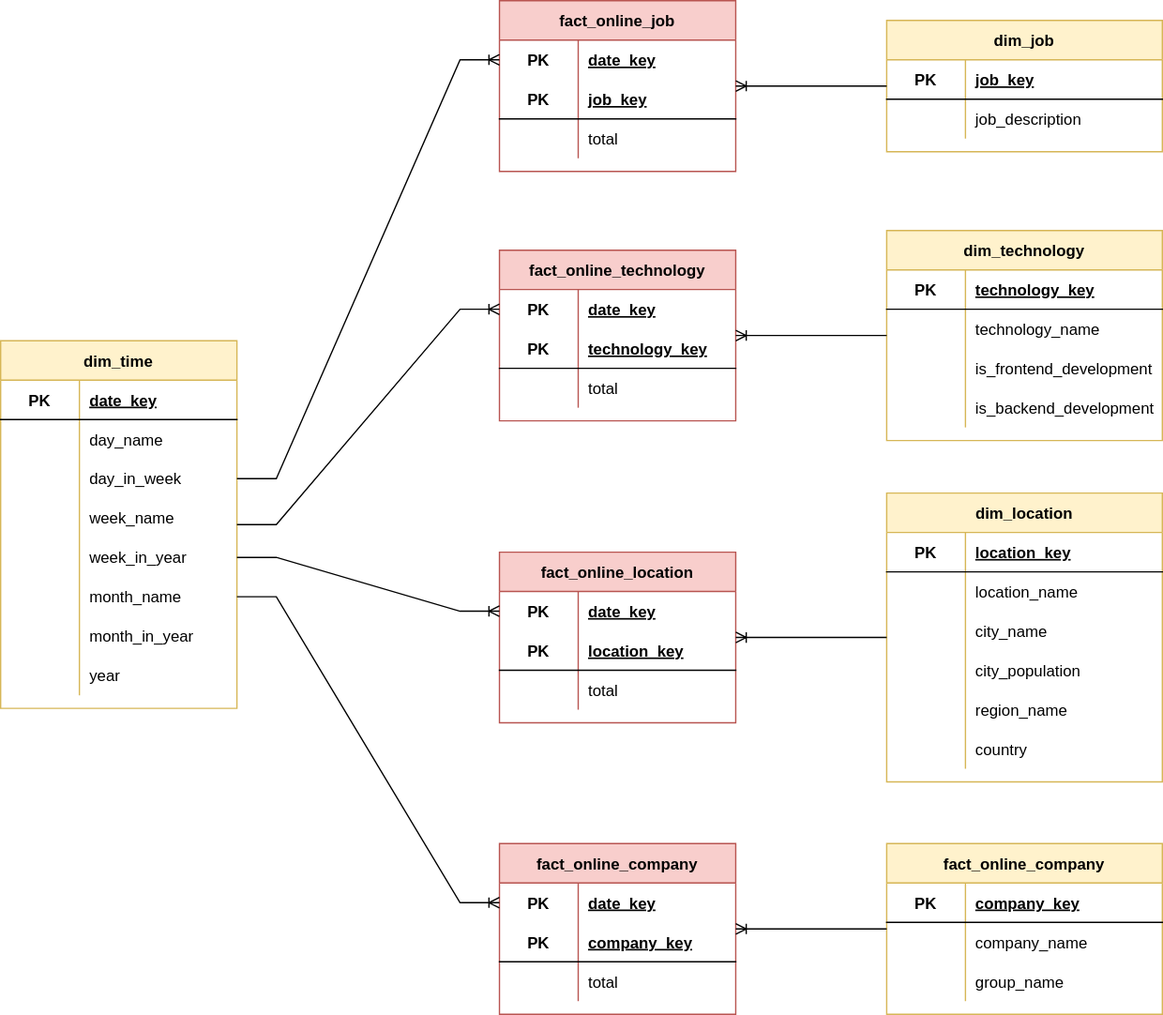
The draw.io diagram doc/mart-model.drawio.svg in petracarrion/job-market-analytics, before a commit. Source tidied: cells renumbered, new cells last; positions are measured from the earlier drawing's top-left corner, leaving out a move shared by most shapes.
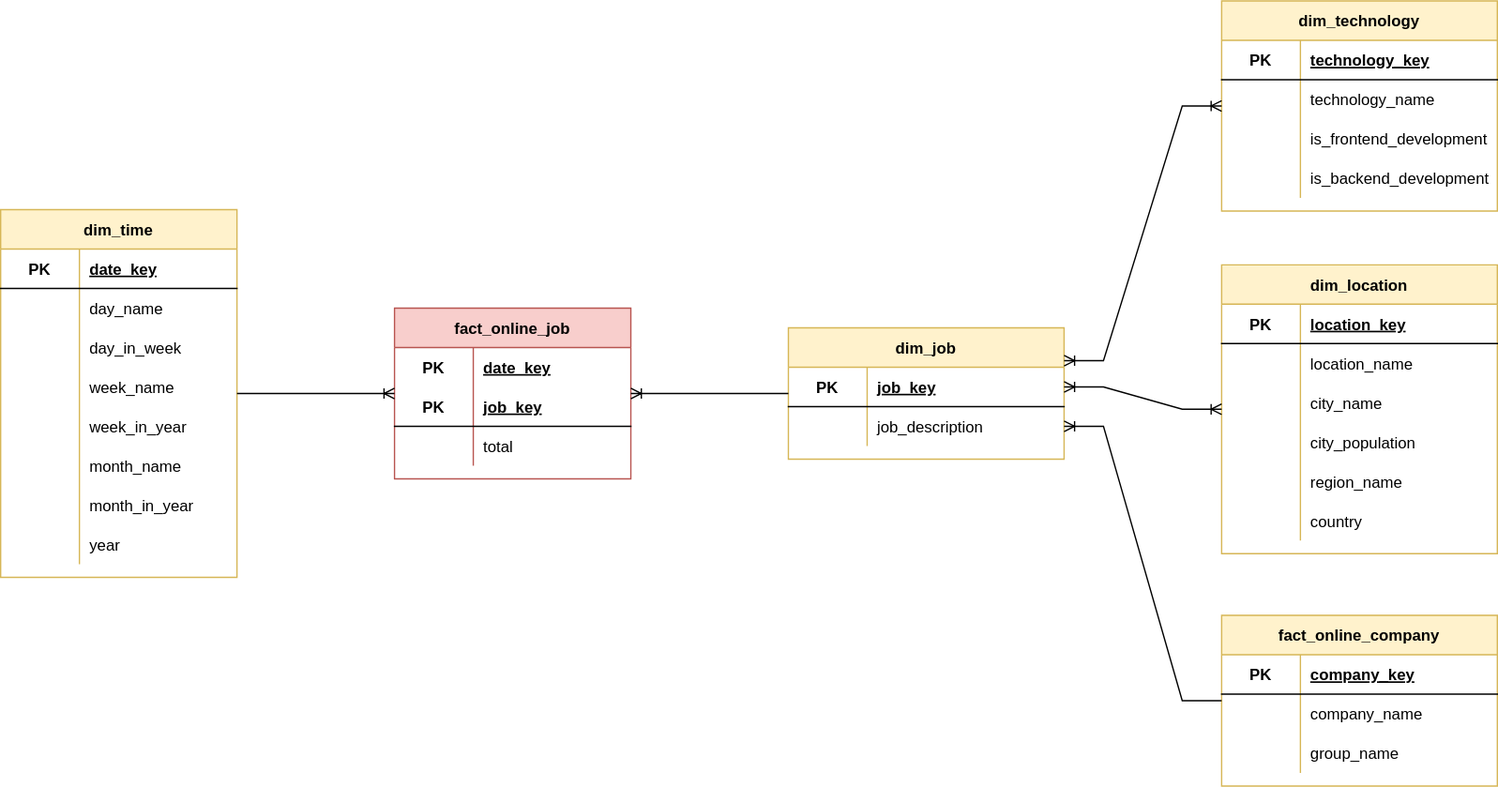
Above is the later version.

Change to the diagram source:
```diff
@@ -4,7 +4,7 @@
     <mxCell id="1" parent="0" />
     <mxCell id="2" value="mart-model" parent="0" />
     <mxCell id="3" value="dim_time" style="shape=table;startSize=30;rowLines=0;fontStyle=1;align=center;fillColor=#fff2cc;strokeColor=#d6b656;" parent="2" vertex="1">
-      <mxGeometry y="259" width="180" height="280" as="geometry" />
+      <mxGeometry x="-142" y="259" width="180" height="280" as="geometry" />
     </mxCell>
     <mxCell id="4" style="shape=tableRow;horizontal=0;startSize=0;swimlaneHead=0;swimlaneBody=0;fillColor=none;top=0;left=0;right=0;bottom=1;" parent="3" vertex="1">
       <mxGeometry y="30" width="180" height="30" as="geometry" />
@@ -79,7 +79,7 @@
       <mxGeometry x="60" width="120" height="30" as="geometry" />
     </mxCell>
     <mxCell id="28" value="fact_online_job" style="shape=table;startSize=30;rowLines=0;fontStyle=1;align=center;fillColor=#f8cecc;strokeColor=#b85450;" parent="2" vertex="1">
-      <mxGeometry x="380" width="180" height="130" as="geometry" />
+      <mxGeometry x="158" y="334" width="180" height="130" as="geometry" />
     </mxCell>
     <mxCell id="29" style="shape=tableRow;horizontal=0;startSize=0;swimlaneHead=0;swimlaneBody=0;fillColor=none;points=[[0,0.5],[1,0.5]];portConstraint=eastwest;top=0;left=0;right=0;bottom=1;strokeColor=none;" parent="28" vertex="1">
       <mxGeometry y="30" width="180" height="30" as="geometry" />
@@ -108,98 +108,8 @@
     <mxCell id="37" value="total" style="shape=partialRectangle;fillColor=none;top=0;left=0;bottom=0;right=0;align=left;spacingLeft=6;overflow=hidden;" parent="35" vertex="1">
       <mxGeometry x="60" width="120" height="30" as="geometry" />
     </mxCell>
-    <mxCell id="38" value="fact_online_location" style="shape=table;startSize=30;rowLines=0;fontStyle=1;align=center;fillColor=#f8cecc;strokeColor=#b85450;" parent="2" vertex="1">
-      <mxGeometry x="380" y="420" width="180" height="130" as="geometry" />
-    </mxCell>
-    <mxCell id="39" style="shape=tableRow;horizontal=0;startSize=0;swimlaneHead=0;swimlaneBody=0;fillColor=none;points=[[0,0.5],[1,0.5]];portConstraint=eastwest;top=0;left=0;right=0;bottom=1;strokeColor=none;" parent="38" vertex="1">
-      <mxGeometry y="30" width="180" height="30" as="geometry" />
-    </mxCell>
-    <mxCell id="40" value="PK" style="shape=partialRectangle;fillColor=none;top=0;left=0;bottom=0;right=0;fontStyle=1;overflow=hidden;" parent="39" vertex="1">
-      <mxGeometry width="60" height="30" as="geometry" />
-    </mxCell>
-    <mxCell id="41" value="date_key" style="shape=partialRectangle;fillColor=none;top=0;left=0;bottom=0;right=0;align=left;spacingLeft=6;fontStyle=5;overflow=hidden;" parent="39" vertex="1">
-      <mxGeometry x="60" width="120" height="30" as="geometry" />
-    </mxCell>
-    <mxCell id="42" style="shape=tableRow;horizontal=0;startSize=0;swimlaneHead=0;swimlaneBody=0;fillColor=none;top=0;left=0;right=0;bottom=1;" parent="38" vertex="1">
-      <mxGeometry y="60" width="180" height="30" as="geometry" />
-    </mxCell>
-    <mxCell id="43" value="PK" style="shape=partialRectangle;fillColor=none;top=0;left=0;bottom=0;right=0;fontStyle=1;overflow=hidden;" parent="42" vertex="1">
-      <mxGeometry width="60" height="30" as="geometry" />
-    </mxCell>
-    <mxCell id="44" value="location_key" style="shape=partialRectangle;fillColor=none;top=0;left=0;bottom=0;right=0;align=left;spacingLeft=6;fontStyle=5;overflow=hidden;" parent="42" vertex="1">
-      <mxGeometry x="60" width="120" height="30" as="geometry" />
-    </mxCell>
-    <mxCell id="45" style="shape=tableRow;horizontal=0;startSize=0;swimlaneHead=0;swimlaneBody=0;fillColor=none;top=0;left=0;right=0;bottom=0;" parent="38" vertex="1">
-      <mxGeometry y="90" width="180" height="30" as="geometry" />
-    </mxCell>
-    <mxCell id="46" style="shape=partialRectangle;fillColor=none;top=0;left=0;bottom=0;right=0;overflow=hidden;" parent="45" vertex="1">
-      <mxGeometry width="60" height="30" as="geometry" />
-    </mxCell>
-    <mxCell id="47" value="total" style="shape=partialRectangle;fillColor=none;top=0;left=0;bottom=0;right=0;align=left;spacingLeft=6;overflow=hidden;" parent="45" vertex="1">
-      <mxGeometry x="60" width="120" height="30" as="geometry" />
-    </mxCell>
-    <mxCell id="48" value="fact_online_technology" style="shape=table;startSize=30;rowLines=0;fontStyle=1;align=center;fillColor=#f8cecc;strokeColor=#b85450;" parent="2" vertex="1">
-      <mxGeometry x="380" y="190" width="180" height="130" as="geometry" />
-    </mxCell>
-    <mxCell id="49" style="shape=tableRow;horizontal=0;startSize=0;swimlaneHead=0;swimlaneBody=0;fillColor=none;points=[[0,0.5],[1,0.5]];portConstraint=eastwest;top=0;left=0;right=0;bottom=1;strokeColor=none;" parent="48" vertex="1">
-      <mxGeometry y="30" width="180" height="30" as="geometry" />
-    </mxCell>
-    <mxCell id="50" value="PK" style="shape=partialRectangle;fillColor=none;top=0;left=0;bottom=0;right=0;fontStyle=1;overflow=hidden;" parent="49" vertex="1">
-      <mxGeometry width="60" height="30" as="geometry" />
-    </mxCell>
-    <mxCell id="51" value="date_key" style="shape=partialRectangle;fillColor=none;top=0;left=0;bottom=0;right=0;align=left;spacingLeft=6;fontStyle=5;overflow=hidden;" parent="49" vertex="1">
-      <mxGeometry x="60" width="120" height="30" as="geometry" />
-    </mxCell>
-    <mxCell id="52" style="shape=tableRow;horizontal=0;startSize=0;swimlaneHead=0;swimlaneBody=0;fillColor=none;top=0;left=0;right=0;bottom=1;" parent="48" vertex="1">
-      <mxGeometry y="60" width="180" height="30" as="geometry" />
-    </mxCell>
-    <mxCell id="53" value="PK" style="shape=partialRectangle;fillColor=none;top=0;left=0;bottom=0;right=0;fontStyle=1;overflow=hidden;" parent="52" vertex="1">
-      <mxGeometry width="60" height="30" as="geometry" />
-    </mxCell>
-    <mxCell id="54" value="technology_key" style="shape=partialRectangle;fillColor=none;top=0;left=0;bottom=0;right=0;align=left;spacingLeft=6;fontStyle=5;overflow=hidden;" parent="52" vertex="1">
-      <mxGeometry x="60" width="120" height="30" as="geometry" />
-    </mxCell>
-    <mxCell id="55" style="shape=tableRow;horizontal=0;startSize=0;swimlaneHead=0;swimlaneBody=0;fillColor=none;top=0;left=0;right=0;bottom=0;" parent="48" vertex="1">
-      <mxGeometry y="90" width="180" height="30" as="geometry" />
-    </mxCell>
-    <mxCell id="56" style="shape=partialRectangle;fillColor=none;top=0;left=0;bottom=0;right=0;overflow=hidden;" parent="55" vertex="1">
-      <mxGeometry width="60" height="30" as="geometry" />
-    </mxCell>
-    <mxCell id="57" value="total" style="shape=partialRectangle;fillColor=none;top=0;left=0;bottom=0;right=0;align=left;spacingLeft=6;overflow=hidden;" parent="55" vertex="1">
-      <mxGeometry x="60" width="120" height="30" as="geometry" />
-    </mxCell>
-    <mxCell id="58" value="fact_online_company" style="shape=table;startSize=30;rowLines=0;fontStyle=1;align=center;fillColor=#f8cecc;strokeColor=#b85450;" parent="2" vertex="1">
-      <mxGeometry x="380" y="642" width="180" height="130" as="geometry" />
-    </mxCell>
-    <mxCell id="59" style="shape=tableRow;horizontal=0;startSize=0;swimlaneHead=0;swimlaneBody=0;fillColor=none;points=[[0,0.5],[1,0.5]];portConstraint=eastwest;top=0;left=0;right=0;bottom=1;strokeColor=none;" parent="58" vertex="1">
-      <mxGeometry y="30" width="180" height="30" as="geometry" />
-    </mxCell>
-    <mxCell id="60" value="PK" style="shape=partialRectangle;fillColor=none;top=0;left=0;bottom=0;right=0;fontStyle=1;overflow=hidden;" parent="59" vertex="1">
-      <mxGeometry width="60" height="30" as="geometry" />
-    </mxCell>
-    <mxCell id="61" value="date_key" style="shape=partialRectangle;fillColor=none;top=0;left=0;bottom=0;right=0;align=left;spacingLeft=6;fontStyle=5;overflow=hidden;" parent="59" vertex="1">
-      <mxGeometry x="60" width="120" height="30" as="geometry" />
-    </mxCell>
-    <mxCell id="62" style="shape=tableRow;horizontal=0;startSize=0;swimlaneHead=0;swimlaneBody=0;fillColor=none;top=0;left=0;right=0;bottom=1;" parent="58" vertex="1">
-      <mxGeometry y="60" width="180" height="30" as="geometry" />
-    </mxCell>
-    <mxCell id="63" value="PK" style="shape=partialRectangle;fillColor=none;top=0;left=0;bottom=0;right=0;fontStyle=1;overflow=hidden;" parent="62" vertex="1">
-      <mxGeometry width="60" height="30" as="geometry" />
-    </mxCell>
-    <mxCell id="64" value="company_key" style="shape=partialRectangle;fillColor=none;top=0;left=0;bottom=0;right=0;align=left;spacingLeft=6;fontStyle=5;overflow=hidden;" parent="62" vertex="1">
-      <mxGeometry x="60" width="120" height="30" as="geometry" />
-    </mxCell>
-    <mxCell id="65" style="shape=tableRow;horizontal=0;startSize=0;swimlaneHead=0;swimlaneBody=0;fillColor=none;top=0;left=0;right=0;bottom=0;" parent="58" vertex="1">
-      <mxGeometry y="90" width="180" height="30" as="geometry" />
-    </mxCell>
-    <mxCell id="66" style="shape=partialRectangle;fillColor=none;top=0;left=0;bottom=0;right=0;overflow=hidden;" parent="65" vertex="1">
-      <mxGeometry width="60" height="30" as="geometry" />
-    </mxCell>
-    <mxCell id="67" value="total" style="shape=partialRectangle;fillColor=none;top=0;left=0;bottom=0;right=0;align=left;spacingLeft=6;overflow=hidden;" parent="65" vertex="1">
-      <mxGeometry x="60" width="120" height="30" as="geometry" />
-    </mxCell>
     <mxCell id="68" value="dim_job" style="shape=table;startSize=30;rowLines=0;fontStyle=1;align=center;fillColor=#fff2cc;strokeColor=#d6b656;" parent="2" vertex="1">
-      <mxGeometry x="675" y="15" width="210" height="100" as="geometry" />
+      <mxGeometry x="458" y="349" width="210" height="100" as="geometry" />
     </mxCell>
     <mxCell id="69" style="shape=tableRow;horizontal=0;startSize=0;swimlaneHead=0;swimlaneBody=0;fillColor=none;points=[[0,0.5],[1,0.5]];portConstraint=eastwest;top=0;left=0;right=0;bottom=1;" parent="68" vertex="1">
       <mxGeometry y="30" width="210" height="30" as="geometry" />
@@ -220,7 +130,7 @@
       <mxGeometry x="60" width="150" height="30" as="geometry" />
     </mxCell>
     <mxCell id="75" value="dim_location" style="shape=table;startSize=30;rowLines=0;fontStyle=1;align=center;fillColor=#fff2cc;strokeColor=#d6b656;" parent="2" vertex="1">
-      <mxGeometry x="675" y="375" width="210" height="220" as="geometry" />
+      <mxGeometry x="788" y="301" width="210" height="220" as="geometry" />
     </mxCell>
     <mxCell id="76" style="shape=tableRow;horizontal=0;startSize=0;swimlaneHead=0;swimlaneBody=0;fillColor=none;top=0;left=0;right=0;bottom=1;" parent="75" vertex="1">
       <mxGeometry y="30" width="210" height="30" as="geometry" />
@@ -277,7 +187,7 @@
       <mxGeometry x="60" width="150" height="30" as="geometry" />
     </mxCell>
     <mxCell id="94" value="fact_online_company" style="shape=table;startSize=30;rowLines=0;fontStyle=1;align=center;fillColor=#fff2cc;strokeColor=#d6b656;" parent="2" vertex="1">
-      <mxGeometry x="675" y="642" width="210" height="130" as="geometry" />
+      <mxGeometry x="788" y="568" width="210" height="130" as="geometry" />
     </mxCell>
     <mxCell id="95" style="shape=tableRow;horizontal=0;startSize=0;swimlaneHead=0;swimlaneBody=0;fillColor=none;top=0;left=0;right=0;bottom=1;" parent="94" vertex="1">
       <mxGeometry y="30" width="210" height="30" as="geometry" />
@@ -307,7 +217,7 @@
       <mxGeometry x="60" width="150" height="30" as="geometry" />
     </mxCell>
     <mxCell id="104" value="dim_technology" style="shape=table;startSize=30;rowLines=0;fontStyle=1;align=center;fillColor=#fff2cc;strokeColor=#d6b656;" parent="2" vertex="1">
-      <mxGeometry x="675" y="175" width="210" height="160" as="geometry" />
+      <mxGeometry x="788" y="100" width="210" height="160" as="geometry" />
     </mxCell>
     <mxCell id="105" style="shape=tableRow;horizontal=0;startSize=0;swimlaneHead=0;swimlaneBody=0;fillColor=none;top=0;left=0;right=0;bottom=1;" parent="104" vertex="1">
       <mxGeometry y="30" width="210" height="30" as="geometry" />
@@ -345,29 +255,20 @@
     <mxCell id="116" value="is_backend_development" style="shape=partialRectangle;fillColor=none;top=0;left=0;bottom=0;right=0;align=left;spacingLeft=6;overflow=hidden;" parent="114" vertex="1">
       <mxGeometry x="60" width="150" height="30" as="geometry" />
     </mxCell>
-    <mxCell id="117" style="edgeStyle=entityRelationEdgeStyle;fontSize=12;html=1;endArrow=ERoneToMany;rounded=0;exitX=1;exitY=0.5;exitDx=0;exitDy=0;" parent="2" edge="1" source="10" target="29">
+    <mxCell id="117" style="edgeStyle=entityRelationEdgeStyle;fontSize=12;html=1;endArrow=ERoneToMany;rounded=0;" parent="2" edge="1" source="3" target="28">
       <mxGeometry relative="1" as="geometry" />
     </mxCell>
-    <mxCell id="118" style="edgeStyle=entityRelationEdgeStyle;fontSize=12;html=1;endArrow=ERoneToMany;rounded=0;" parent="2" edge="1" source="3" target="49">
-      <mxGeometry relative="1" as="geometry" />
-    </mxCell>
-    <mxCell id="119" style="edgeStyle=entityRelationEdgeStyle;fontSize=12;html=1;endArrow=ERoneToMany;rounded=0;exitX=1;exitY=0.5;exitDx=0;exitDy=0;" parent="2" edge="1" source="16" target="39">
-      <mxGeometry relative="1" as="geometry" />
-    </mxCell>
-    <mxCell id="120" style="edgeStyle=entityRelationEdgeStyle;fontSize=12;html=1;endArrow=ERoneToMany;rounded=0;exitX=1;exitY=0.5;exitDx=0;exitDy=0;" parent="2" edge="1" source="19" target="59">
-      <mxGeometry relative="1" as="geometry" />
-    </mxCell>
     <mxCell id="121" style="edgeStyle=entityRelationEdgeStyle;fontSize=12;html=1;endArrow=ERoneToMany;rounded=0;" parent="2" edge="1" source="68" target="28">
       <mxGeometry relative="1" as="geometry" />
     </mxCell>
-    <mxCell id="122" style="edgeStyle=entityRelationEdgeStyle;fontSize=12;html=1;endArrow=ERoneToMany;rounded=0;" parent="2" edge="1" source="104" target="48">
-      <mxGeometry relative="1" as="geometry" />
-    </mxCell>
-    <mxCell id="123" style="edgeStyle=entityRelationEdgeStyle;fontSize=12;html=1;endArrow=ERoneToMany;rounded=0;" parent="2" edge="1" source="75" target="38">
-      <mxGeometry relative="1" as="geometry" />
-    </mxCell>
-    <mxCell id="124" style="edgeStyle=entityRelationEdgeStyle;fontSize=12;html=1;endArrow=ERoneToMany;rounded=0;" parent="2" edge="1" source="94" target="58">
-      <mxGeometry relative="1" as="geometry" />
-    </mxCell>
+    <mxCell id="125" style="edgeStyle=entityRelationEdgeStyle;fontSize=12;html=1;endArrow=ERoneToMany;rounded=0;entryX=1;entryY=0.5;entryDx=0;entryDy=0;" parent="2" edge="1" source="94" target="72">
+      <mxGeometry relative="1" as="geometry" />
+    </mxCell>
+    <mxCell id="126" style="edgeStyle=entityRelationEdgeStyle;fontSize=12;html=1;endArrow=ERoneToMany;startArrow=ERoneToMany;rounded=0;exitX=1;exitY=0.25;exitDx=0;exitDy=0;" parent="2" edge="1" source="68" target="104">
+      <mxGeometry relative="1" as="geometry" />
+    </mxCell>
+    <mxCell id="127" style="edgeStyle=entityRelationEdgeStyle;fontSize=12;html=1;endArrow=ERoneToMany;startArrow=ERoneToMany;rounded=0;exitX=1;exitY=0.5;exitDx=0;exitDy=0;" parent="2" edge="1" source="69" target="75">
+      <mxGeometry relative="1" as="geometry" />
+    </mxCell>
   </root>
 </mxGraphModel>
```
